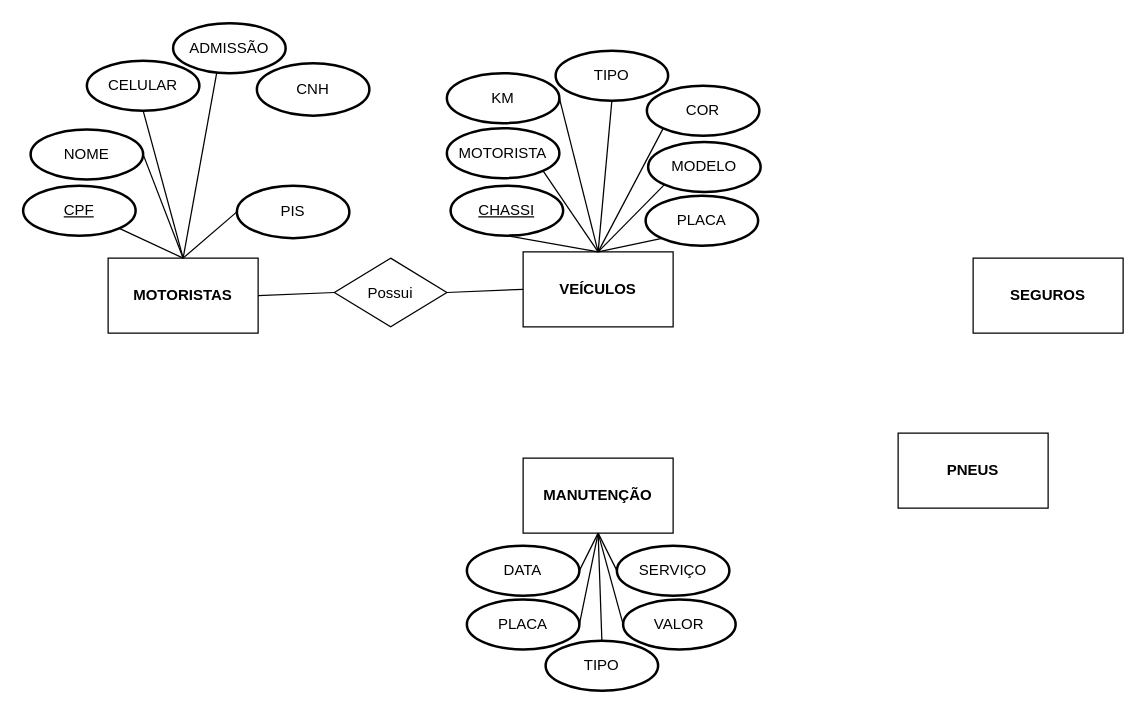
This is Untitled Diagram.drawio from lucasmartinslima/Projetos-da-Faculdade-2019, a draw.io file, before an edit. Source tidied: cells renumbered, new cells numbered last; positions are measured from the earlier drawing's top-left corner, leaving out a move shared by most shapes. Both pictures are drawn from the tidied source at 125%, with x=0, y=0 at pixel (22, 22).
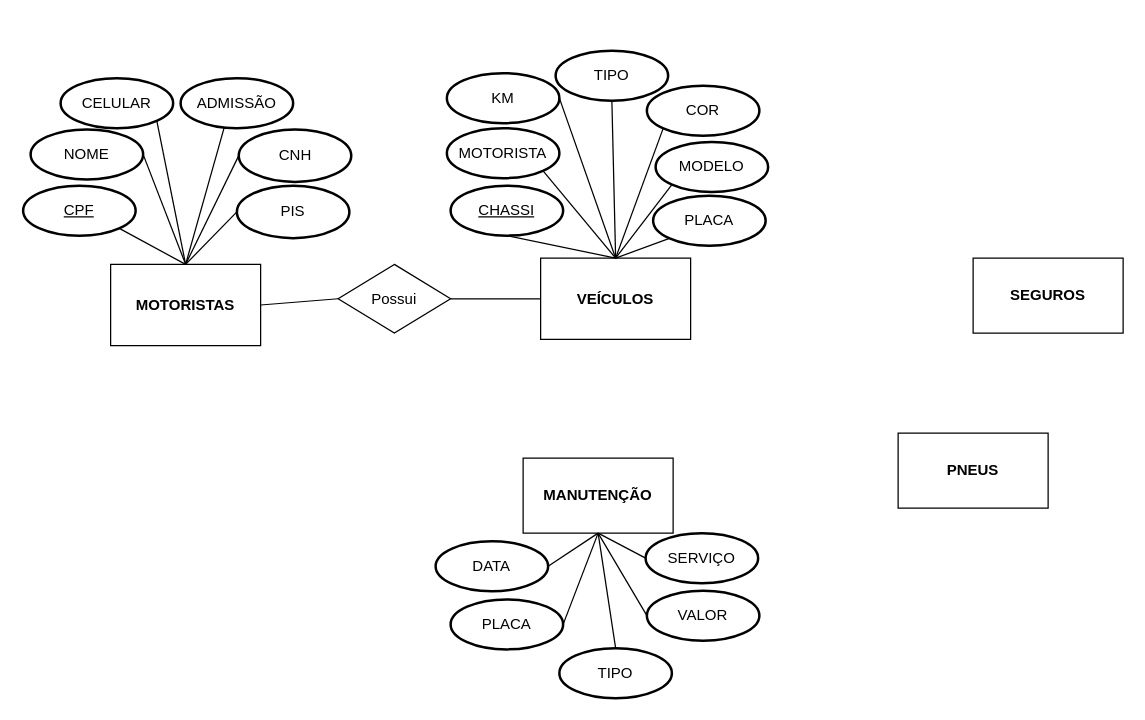
Above is the later version.

Diff of the diagram source:
```diff
@@
     <mxCell id="2" value="&lt;b&gt;VEÍCULOS&lt;/b&gt;" style="rounded=0;whiteSpace=wrap;html=1;" parent="1" vertex="1">
-      <mxGeometry x="400" y="183" width="120" height="60" as="geometry" />
+      <mxGeometry x="414" y="188" width="120" height="65" as="geometry" />
     </mxCell>
@@
     <mxCell id="4" value="&lt;b&gt;MOTORISTAS&lt;/b&gt;" style="rounded=0;whiteSpace=wrap;html=1;" parent="1" vertex="1">
-      <mxGeometry x="68" y="188" width="120" height="60" as="geometry" />
+      <mxGeometry x="70" y="193" width="120" height="65" as="geometry" />
     </mxCell>
@@
     <mxCell id="8" value="PLACA" style="strokeWidth=2;html=1;shape=mxgraph.flowchart.start_1;whiteSpace=wrap;" parent="1" vertex="1">
-      <mxGeometry x="498" y="138" width="90" height="40" as="geometry" />
+      <mxGeometry x="504" y="138" width="90" height="40" as="geometry" />
     </mxCell>
@@
     <mxCell id="14" value="MODELO" style="strokeWidth=2;html=1;shape=mxgraph.flowchart.start_1;whiteSpace=wrap;" parent="1" vertex="1">
-      <mxGeometry x="500" y="95" width="90" height="40" as="geometry" />
+      <mxGeometry x="506" y="95" width="90" height="40" as="geometry" />
     </mxCell>
@@
     <mxCell id="20" value="Possui" style="rhombus;whiteSpace=wrap;html=1;" parent="1" vertex="1">
-      <mxGeometry x="249" y="188" width="90" height="55" as="geometry" />
+      <mxGeometry x="252" y="193" width="90" height="55" as="geometry" />
     </mxCell>
@@
     <mxCell id="25" value="CELULAR" style="strokeWidth=2;html=1;shape=mxgraph.flowchart.start_1;whiteSpace=wrap;" parent="1" vertex="1">
-      <mxGeometry x="51" y="30" width="90" height="40" as="geometry" />
+      <mxGeometry x="30" y="44" width="90" height="40" as="geometry" />
     </mxCell>
     <mxCell id="26" value="ADMISSÃO" style="strokeWidth=2;html=1;shape=mxgraph.flowchart.start_1;whiteSpace=wrap;" parent="1" vertex="1">
-      <mxGeometry x="120" width="90" height="40" as="geometry" />
+      <mxGeometry x="126" y="44" width="90" height="40" as="geometry" />
     </mxCell>
@@
-    <mxCell id="30" style="endArrow=none;html=1;entryX=0.5;entryY=1;entryDx=0;entryDy=0;entryPerimeter=0;exitX=0.5;exitY=0;exitDx=0;exitDy=0;" parent="1" edge="1" source="4" target="25">
+    <mxCell id="30" style="endArrow=none;html=1;entryX=0.855;entryY=0.855;entryDx=0;entryDy=0;entryPerimeter=0;exitX=0.5;exitY=0;exitDx=0;exitDy=0;" parent="1" edge="1" source="4" target="25">
       <mxGeometry relative="1" as="geometry" />
     </mxCell>
@@
     <mxCell id="34" value="DATA" style="strokeWidth=2;html=1;shape=mxgraph.flowchart.start_1;whiteSpace=wrap;" parent="1" vertex="1">
-      <mxGeometry x="355" y="418" width="90" height="40" as="geometry" />
+      <mxGeometry x="330" y="414.5" width="90" height="40" as="geometry" />
     </mxCell>
     <mxCell id="35" value="PLACA" style="strokeWidth=2;html=1;shape=mxgraph.flowchart.start_1;whiteSpace=wrap;" parent="1" vertex="1">
-      <mxGeometry x="355" y="461" width="90" height="40" as="geometry" />
+      <mxGeometry x="342" y="461" width="90" height="40" as="geometry" />
     </mxCell>
     <mxCell id="36" value="TIPO" style="strokeWidth=2;html=1;shape=mxgraph.flowchart.start_1;whiteSpace=wrap;" parent="1" vertex="1">
-      <mxGeometry x="418" y="494" width="90" height="40" as="geometry" />
+      <mxGeometry x="429" y="500" width="90" height="40" as="geometry" />
     </mxCell>
     <mxCell id="37" value="SERVIÇO" style="strokeWidth=2;html=1;shape=mxgraph.flowchart.start_1;whiteSpace=wrap;" parent="1" vertex="1">
-      <mxGeometry x="475" y="418" width="90" height="40" as="geometry" />
+      <mxGeometry x="498" y="408" width="90" height="40" as="geometry" />
     </mxCell>
     <mxCell id="38" value="VALOR" style="strokeWidth=2;html=1;shape=mxgraph.flowchart.start_1;whiteSpace=wrap;" parent="1" vertex="1">
-      <mxGeometry x="480" y="461" width="90" height="40" as="geometry" />
+      <mxGeometry x="499" y="454" width="90" height="40" as="geometry" />
     </mxCell>
@@
     <mxCell id="44" value="CNH" style="strokeWidth=2;html=1;shape=mxgraph.flowchart.start_1;whiteSpace=wrap;" parent="1" vertex="1">
-      <mxGeometry x="187" y="32" width="90" height="42" as="geometry" />
+      <mxGeometry x="172.5" y="85" width="90" height="42" as="geometry" />
     </mxCell>
+    <mxCell id="45" style="endArrow=none;html=1;exitX=0.5;exitY=0;exitDx=0;exitDy=0;entryX=0;entryY=0.5;entryDx=0;entryDy=0;entryPerimeter=0;" parent="1" edge="1" source="4" target="44">
+      <mxGeometry relative="1" as="geometry" />
+    </mxCell>
```
